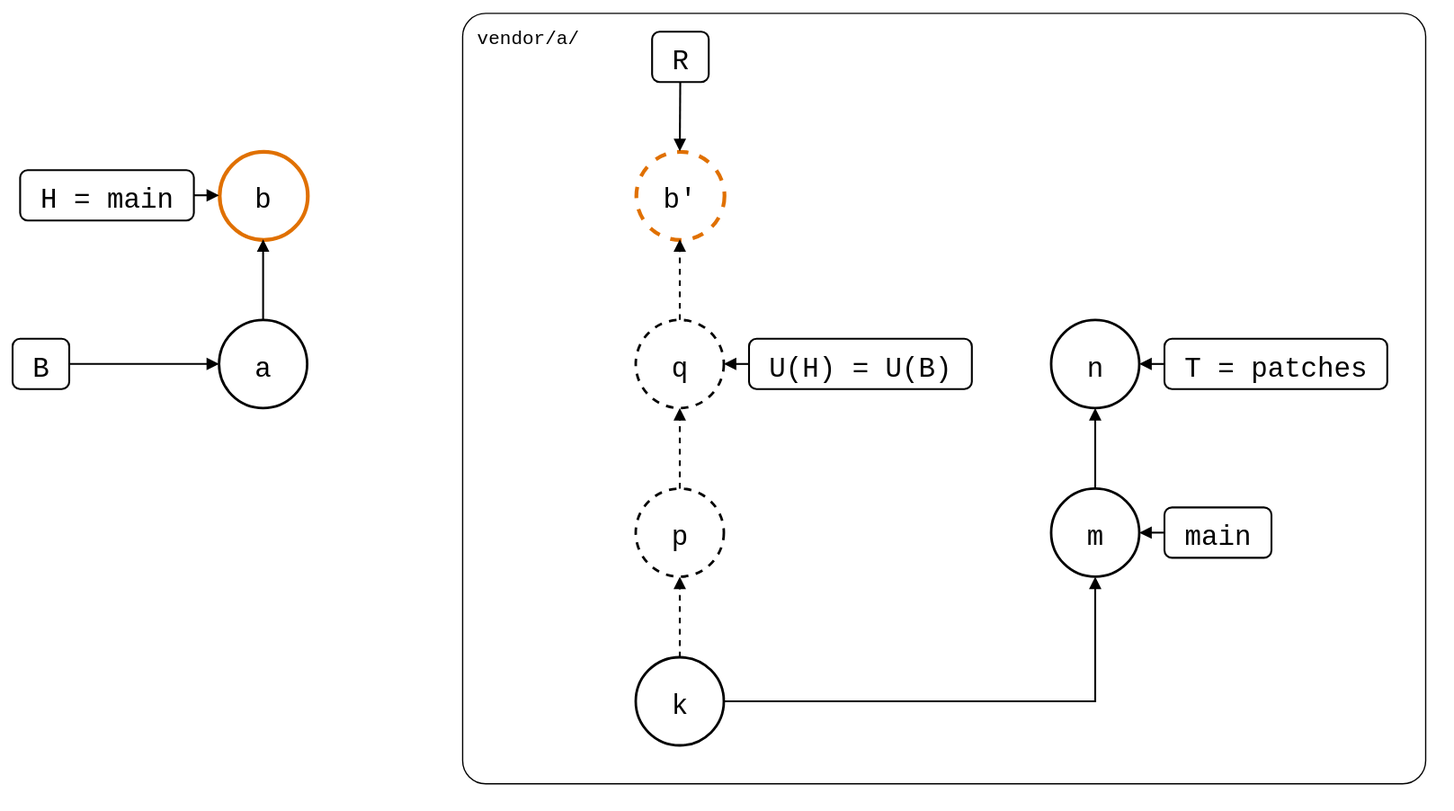
The draw.io diagram test/scenarios/06-rewritten-history/04-patch-branch-rebased/01-unpushed-local-commit/unpushed-local-commit.drawio.svg in roschaefer/git-splice, before a commit. Source tidied: cells renumbered, new cells last; positions are measured from the earlier drawing's top-left corner, leaving out a move shared by most shapes.
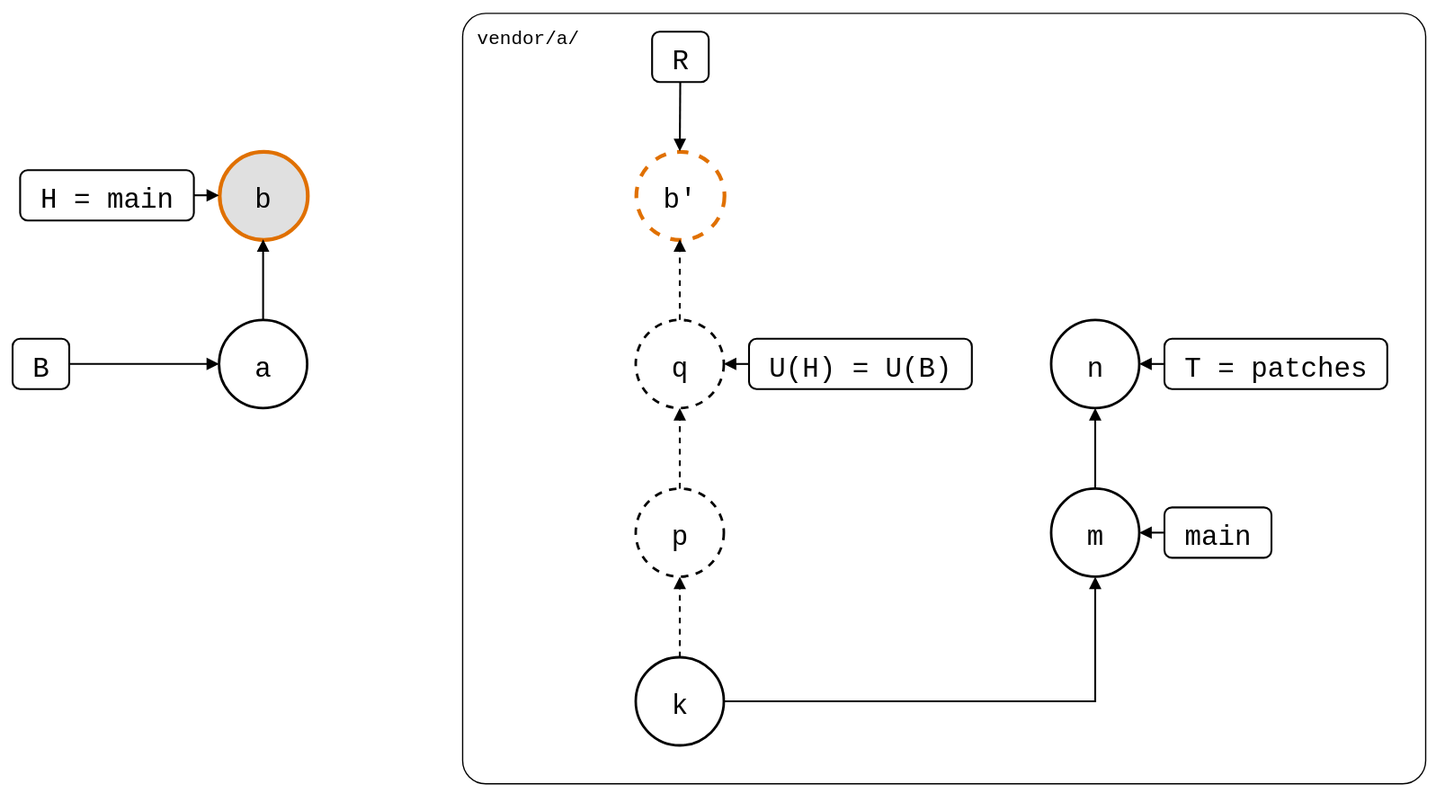
Above is the later version.

What changed in the source:
```diff
@@ -23,7 +23,7 @@
     <mxCell id="8" value="a" style="ellipse;strokeWidth=2;fontSize=22;fontFamily=Roboto Mono,monospace;" parent="1" vertex="1">
       <mxGeometry x="164" y="244" width="70" height="70" as="geometry" />
     </mxCell>
-    <mxCell id="9" value="b" style="ellipse;fontSize=22;fontFamily=Roboto Mono,monospace;strokeColor=#E07000;strokeWidth=3;" parent="1" vertex="1">
+    <mxCell id="9" value="b" style="ellipse;fontSize=22;fontFamily=Roboto Mono,monospace;fillColor=#E0E0E0;strokeColor=#E07000;strokeWidth=3;" parent="1" vertex="1">
       <mxGeometry x="164" y="110" width="70" height="70" as="geometry" />
     </mxCell>
     <mxCell id="10" value="b'" style="ellipse;fontSize=22;fontFamily=Roboto Mono,monospace;dashed=1;strokeColor=#E07000;strokeWidth=3;" parent="1" vertex="1">
```
